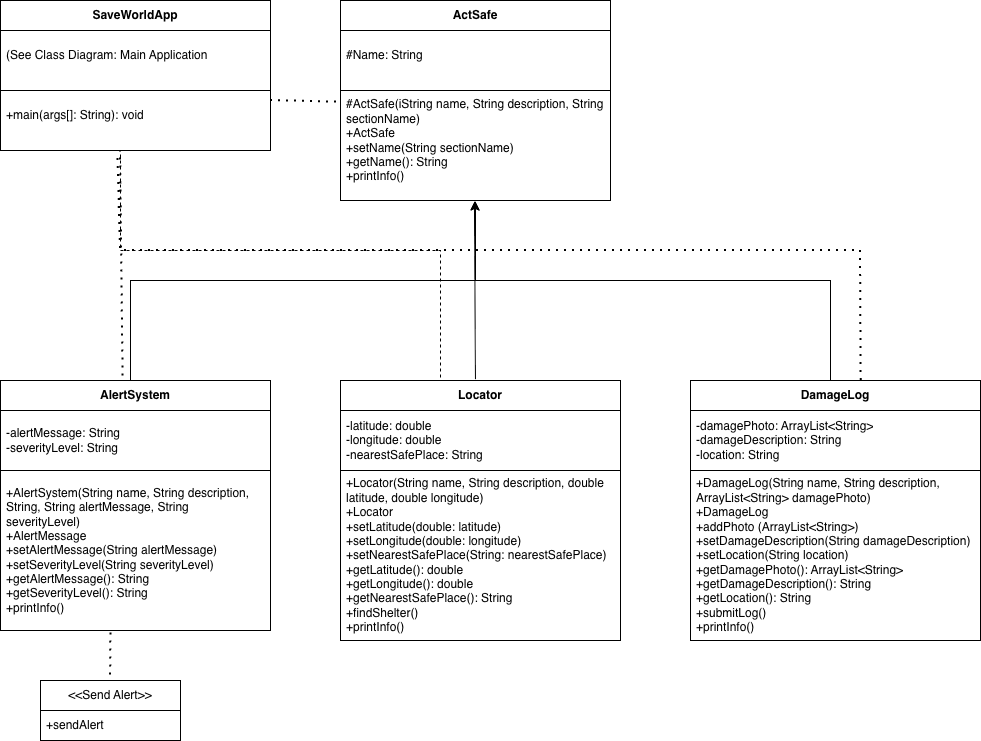
Above: ActSafe.png in Namuun612/OOP2025 (draw.io), before the change. Source tidied: cells renumbered, new cells last; positions are measured from the earlier drawing's top-left corner, leaving out a move shared by most shapes.
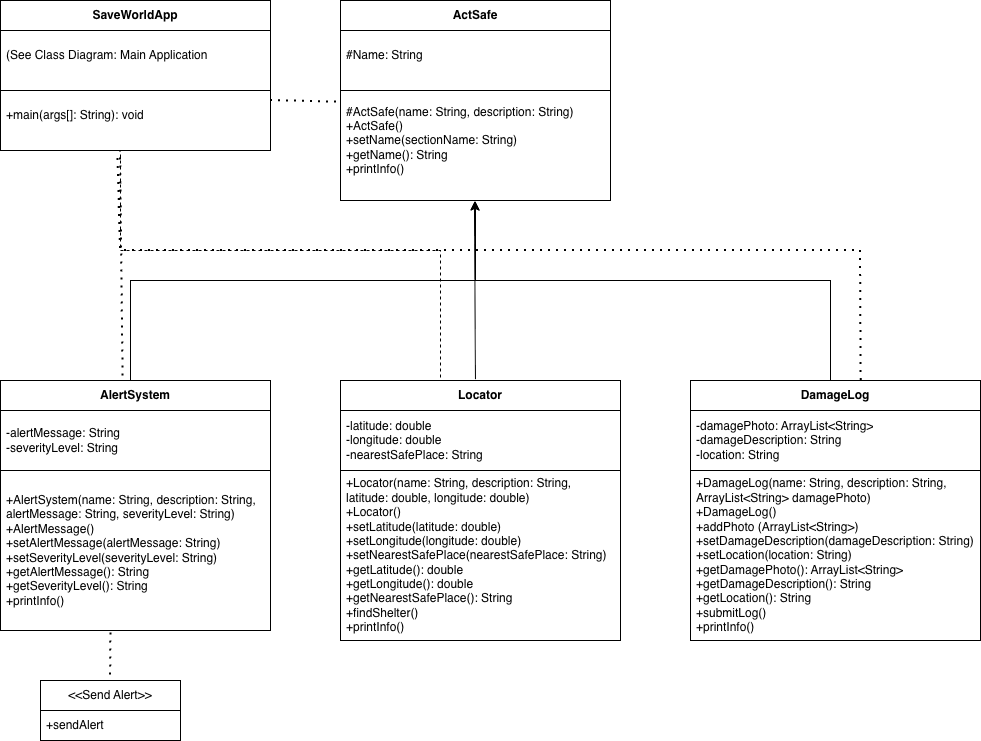
After the commit.

What changed in the source:
```diff
@@ -8,7 +8,7 @@
     <mxCell id="3" value="#Name: String" style="text;strokeColor=none;fillColor=none;align=left;verticalAlign=middle;spacingLeft=4;spacingRight=4;overflow=hidden;whiteSpace=wrap;html=1;" parent="2" vertex="1">
       <mxGeometry y="30" width="270" height="50" as="geometry" />
     </mxCell>
-    <mxCell id="4" value="&lt;div&gt;#ActSafe(iString name, String description, String sectionName)&lt;/div&gt;&lt;div&gt;+ActSafe&lt;/div&gt;+setName(String sectionName)&lt;div&gt;+getName(): String&lt;/div&gt;&lt;div&gt;+printInfo()&lt;/div&gt;" style="text;strokeColor=none;fillColor=none;align=left;verticalAlign=middle;spacingLeft=4;spacingRight=4;overflow=hidden;points=[[0,0.5],[1,0.5]];portConstraint=eastwest;whiteSpace=wrap;html=1;" parent="2" vertex="1">
+    <mxCell id="4" value="&lt;div&gt;#ActSafe(name:&amp;nbsp;&lt;span style=&quot;background-color: transparent; color: light-dark(rgb(0, 0, 0), rgb(255, 255, 255));&quot;&gt;String&lt;/span&gt;&lt;span style=&quot;background-color: transparent; color: light-dark(rgb(0, 0, 0), rgb(255, 255, 255));&quot;&gt;, description:&amp;nbsp;&lt;/span&gt;&lt;span style=&quot;background-color: transparent; color: light-dark(rgb(0, 0, 0), rgb(255, 255, 255));&quot;&gt;String&lt;/span&gt;&lt;span style=&quot;background-color: transparent; color: light-dark(rgb(0, 0, 0), rgb(255, 255, 255));&quot;&gt;)&lt;/span&gt;&lt;/div&gt;&lt;div&gt;+ActSafe()&lt;/div&gt;+setName(sectionName: String)&lt;div&gt;+getName(): String&lt;/div&gt;&lt;div&gt;+printInfo()&lt;/div&gt;" style="text;strokeColor=none;fillColor=none;align=left;verticalAlign=middle;spacingLeft=4;spacingRight=4;overflow=hidden;points=[[0,0.5],[1,0.5]];portConstraint=eastwest;whiteSpace=wrap;html=1;" parent="2" vertex="1">
       <mxGeometry y="80" width="270" height="120" as="geometry" />
     </mxCell>
     <mxCell id="5" value="&lt;b&gt;ActSafe&lt;/b&gt;" style="swimlane;fontStyle=0;horizontal=1;startSize=30;whiteSpace=wrap;html=1;" parent="1" vertex="1">
@@ -20,7 +20,7 @@
     <mxCell id="7" value="-alertMessage: String&lt;div&gt;-severityLevel: String&lt;/div&gt;" style="text;strokeColor=none;fillColor=none;align=left;verticalAlign=middle;spacingLeft=4;spacingRight=4;overflow=hidden;whiteSpace=wrap;html=1;" parent="6" vertex="1">
       <mxGeometry y="30" width="270" height="60" as="geometry" />
     </mxCell>
-    <mxCell id="8" value="&lt;div&gt;+AlertSystem(String name, String description, String, String alertMessage, String severityLevel)&lt;/div&gt;&lt;div&gt;+AlertMessage&lt;/div&gt;+setAlertMessage(String alertMessage)&lt;div&gt;+setSeverityLevel(String severityLevel)&lt;/div&gt;&lt;div&gt;+getAlertMessage(): String&lt;/div&gt;&lt;div&gt;+getSeverityLevel(): String&lt;/div&gt;&lt;div&gt;+printInfo()&lt;/div&gt;" style="text;strokeColor=none;fillColor=none;align=left;verticalAlign=middle;spacingLeft=4;spacingRight=4;overflow=hidden;points=[[0,0.5],[1,0.5]];portConstraint=eastwest;whiteSpace=wrap;html=1;" parent="6" vertex="1">
+    <mxCell id="8" value="&lt;div&gt;+AlertSystem(name:&lt;span style=&quot;background-color: transparent; color: light-dark(rgb(0, 0, 0), rgb(255, 255, 255));&quot;&gt;&amp;nbsp;String&lt;/span&gt;&lt;span style=&quot;background-color: transparent; color: light-dark(rgb(0, 0, 0), rgb(255, 255, 255));&quot;&gt;, description:&amp;nbsp;&lt;/span&gt;&lt;span style=&quot;background-color: transparent; color: light-dark(rgb(0, 0, 0), rgb(255, 255, 255));&quot;&gt;String&lt;/span&gt;&lt;span style=&quot;background-color: transparent; color: light-dark(rgb(0, 0, 0), rgb(255, 255, 255));&quot;&gt;, alertMessage:&amp;nbsp;&lt;/span&gt;&lt;span style=&quot;background-color: transparent; color: light-dark(rgb(0, 0, 0), rgb(255, 255, 255));&quot;&gt;String&lt;/span&gt;&lt;span style=&quot;background-color: transparent; color: light-dark(rgb(0, 0, 0), rgb(255, 255, 255));&quot;&gt;, severityLevel:&amp;nbsp;&lt;/span&gt;&lt;span style=&quot;background-color: transparent; color: light-dark(rgb(0, 0, 0), rgb(255, 255, 255));&quot;&gt;String&lt;/span&gt;&lt;span style=&quot;background-color: transparent; color: light-dark(rgb(0, 0, 0), rgb(255, 255, 255));&quot;&gt;)&lt;/span&gt;&lt;/div&gt;&lt;div&gt;+AlertMessage()&lt;/div&gt;+setAlertMessage(alertMessage: String)&lt;div&gt;+setSeverityLevel(severityLevel:&amp;nbsp;&lt;span style=&quot;background-color: transparent; color: light-dark(rgb(0, 0, 0), rgb(255, 255, 255));&quot;&gt;String&lt;/span&gt;&lt;span style=&quot;background-color: transparent; color: light-dark(rgb(0, 0, 0), rgb(255, 255, 255));&quot;&gt;)&lt;/span&gt;&lt;/div&gt;&lt;div&gt;+getAlertMessage(): String&lt;/div&gt;&lt;div&gt;+getSeverityLevel(): String&lt;/div&gt;&lt;div&gt;+printInfo()&lt;/div&gt;" style="text;strokeColor=none;fillColor=none;align=left;verticalAlign=middle;spacingLeft=4;spacingRight=4;overflow=hidden;points=[[0,0.5],[1,0.5]];portConstraint=eastwest;whiteSpace=wrap;html=1;" parent="6" vertex="1">
       <mxGeometry y="90" width="270" height="160" as="geometry" />
     </mxCell>
     <mxCell id="9" value="&lt;b&gt;AlertSystem&lt;/b&gt;" style="swimlane;fontStyle=0;horizontal=1;startSize=30;whiteSpace=wrap;html=1;" parent="1" vertex="1">
@@ -32,7 +32,7 @@
     <mxCell id="11" value="-latitude: double&lt;div&gt;-longitude: double&lt;br&gt;&lt;div&gt;-nearestSafePlace: String&lt;/div&gt;&lt;/div&gt;" style="text;strokeColor=none;fillColor=none;align=left;verticalAlign=middle;spacingLeft=4;spacingRight=4;overflow=hidden;whiteSpace=wrap;html=1;" parent="10" vertex="1">
       <mxGeometry y="30" width="280" height="60" as="geometry" />
     </mxCell>
-    <mxCell id="12" value="&lt;div&gt;+Locator(String name, String description, double latitude, double longitude)&lt;/div&gt;&lt;div&gt;+Locator&lt;/div&gt;+setLatitude(double: latitude)&lt;div&gt;+setLongitude(double: longitude)&lt;/div&gt;&lt;div&gt;+setNearestSafePlace(String: nearestSafePlace)&lt;/div&gt;&lt;div&gt;+getLatitude(): double&lt;/div&gt;&lt;div&gt;+getLongitude(): double&lt;/div&gt;&lt;div&gt;+getNearestSafePlace(): String&lt;/div&gt;&lt;div&gt;+findShelter()&lt;/div&gt;&lt;div&gt;+printInfo()&lt;/div&gt;" style="text;strokeColor=none;fillColor=none;align=left;verticalAlign=middle;spacingLeft=4;spacingRight=4;overflow=hidden;whiteSpace=wrap;html=1;" parent="10" vertex="1">
+    <mxCell id="12" value="&lt;div&gt;+Locator(name:&amp;nbsp;&lt;span style=&quot;background-color: transparent; color: light-dark(rgb(0, 0, 0), rgb(255, 255, 255));&quot;&gt;String&lt;/span&gt;&lt;span style=&quot;background-color: transparent; color: light-dark(rgb(0, 0, 0), rgb(255, 255, 255));&quot;&gt;, description:&amp;nbsp;&lt;/span&gt;&lt;span style=&quot;background-color: transparent; color: light-dark(rgb(0, 0, 0), rgb(255, 255, 255));&quot;&gt;String&lt;/span&gt;&lt;span style=&quot;background-color: transparent; color: light-dark(rgb(0, 0, 0), rgb(255, 255, 255));&quot;&gt;, latitude:&amp;nbsp;&lt;/span&gt;&lt;span style=&quot;background-color: transparent; color: light-dark(rgb(0, 0, 0), rgb(255, 255, 255));&quot;&gt;double&lt;/span&gt;&lt;span style=&quot;background-color: transparent; color: light-dark(rgb(0, 0, 0), rgb(255, 255, 255));&quot;&gt;, longitude:&amp;nbsp;&lt;/span&gt;&lt;span style=&quot;background-color: transparent; color: light-dark(rgb(0, 0, 0), rgb(255, 255, 255));&quot;&gt;double&lt;/span&gt;&lt;span style=&quot;background-color: transparent; color: light-dark(rgb(0, 0, 0), rgb(255, 255, 255));&quot;&gt;)&lt;/span&gt;&lt;/div&gt;&lt;div&gt;+Locator()&lt;/div&gt;+setLatitude(latitude: double)&lt;div&gt;+setLongitude(longitude:&amp;nbsp;&lt;span style=&quot;background-color: transparent; color: light-dark(rgb(0, 0, 0), rgb(255, 255, 255));&quot;&gt;double&lt;/span&gt;&lt;span style=&quot;background-color: transparent; color: light-dark(rgb(0, 0, 0), rgb(255, 255, 255));&quot;&gt;)&lt;/span&gt;&lt;/div&gt;&lt;div&gt;+setNearestSafePlace(nearestSafePlace:&amp;nbsp;&lt;span style=&quot;background-color: transparent; color: light-dark(rgb(0, 0, 0), rgb(255, 255, 255));&quot;&gt;String&lt;/span&gt;&lt;span style=&quot;background-color: transparent; color: light-dark(rgb(0, 0, 0), rgb(255, 255, 255));&quot;&gt;)&lt;/span&gt;&lt;/div&gt;&lt;div&gt;+getLatitude(): double&lt;/div&gt;&lt;div&gt;+getLongitude(): double&lt;/div&gt;&lt;div&gt;+getNearestSafePlace(): String&lt;/div&gt;&lt;div&gt;+findShelter()&lt;/div&gt;&lt;div&gt;+printInfo()&lt;/div&gt;" style="text;strokeColor=none;fillColor=none;align=left;verticalAlign=middle;spacingLeft=4;spacingRight=4;overflow=hidden;whiteSpace=wrap;html=1;" parent="10" vertex="1">
       <mxGeometry y="90" width="280" height="170" as="geometry" />
     </mxCell>
     <mxCell id="13" value="&lt;b&gt;Locator&lt;/b&gt;" style="swimlane;fontStyle=0;horizontal=1;startSize=30;whiteSpace=wrap;html=1;" parent="1" vertex="1">
@@ -44,7 +44,7 @@
     <mxCell id="15" value="-damagePhoto: ArrayList&amp;lt;String&amp;gt;&lt;div&gt;-damageDescription: String&lt;/div&gt;&lt;div&gt;-location: String&lt;/div&gt;" style="text;strokeColor=none;fillColor=none;align=left;verticalAlign=middle;spacingLeft=4;spacingRight=4;overflow=hidden;whiteSpace=wrap;html=1;" parent="14" vertex="1">
       <mxGeometry y="30" width="290" height="60" as="geometry" />
     </mxCell>
-    <mxCell id="16" value="&lt;div&gt;+DamageLog(String name, String description, ArrayList&amp;lt;String&amp;gt; damagePhoto)&lt;/div&gt;&lt;div&gt;+DamageLog&lt;/div&gt;+addPhoto (ArrayList&amp;lt;String&amp;gt;)&lt;div&gt;+setDamageDescription(String damageDescription)&lt;/div&gt;&lt;div&gt;+setLocation(String location)&lt;/div&gt;&lt;div&gt;+getDamagePhoto(): ArrayList&amp;lt;String&amp;gt;&lt;/div&gt;&lt;div&gt;+getDamageDescription(): String&lt;/div&gt;&lt;div&gt;+getLocation(): String&lt;/div&gt;&lt;div&gt;+submitLog()&lt;/div&gt;&lt;div&gt;+printInfo()&lt;/div&gt;" style="text;strokeColor=none;fillColor=none;align=left;verticalAlign=middle;spacingLeft=4;spacingRight=4;overflow=hidden;whiteSpace=wrap;html=1;" parent="14" vertex="1">
+    <mxCell id="16" value="&lt;div&gt;+DamageLog(name:&amp;nbsp;&lt;span style=&quot;background-color: transparent; color: light-dark(rgb(0, 0, 0), rgb(255, 255, 255));&quot;&gt;String&lt;/span&gt;&lt;span style=&quot;background-color: transparent; color: light-dark(rgb(0, 0, 0), rgb(255, 255, 255));&quot;&gt;, description:&amp;nbsp;&lt;/span&gt;&lt;span style=&quot;background-color: transparent; color: light-dark(rgb(0, 0, 0), rgb(255, 255, 255));&quot;&gt;String&lt;/span&gt;&lt;span style=&quot;background-color: transparent; color: light-dark(rgb(0, 0, 0), rgb(255, 255, 255));&quot;&gt;, ArrayList&amp;lt;String&amp;gt; damagePhoto)&lt;/span&gt;&lt;/div&gt;&lt;div&gt;+DamageLog()&lt;/div&gt;+addPhoto (ArrayList&amp;lt;String&amp;gt;)&lt;div&gt;+setDamageDescription(damageDescription:&amp;nbsp;&lt;span style=&quot;background-color: transparent; color: light-dark(rgb(0, 0, 0), rgb(255, 255, 255));&quot;&gt;String&lt;/span&gt;&lt;span style=&quot;background-color: transparent; color: light-dark(rgb(0, 0, 0), rgb(255, 255, 255));&quot;&gt;)&lt;/span&gt;&lt;/div&gt;&lt;div&gt;+setLocation(location:&amp;nbsp;&lt;span style=&quot;background-color: transparent; color: light-dark(rgb(0, 0, 0), rgb(255, 255, 255));&quot;&gt;String&lt;/span&gt;&lt;span style=&quot;background-color: transparent; color: light-dark(rgb(0, 0, 0), rgb(255, 255, 255));&quot;&gt;)&lt;/span&gt;&lt;/div&gt;&lt;div&gt;+getDamagePhoto(): ArrayList&amp;lt;String&amp;gt;&lt;/div&gt;&lt;div&gt;+getDamageDescription(): String&lt;/div&gt;&lt;div&gt;+getLocation(): String&lt;/div&gt;&lt;div&gt;+submitLog()&lt;/div&gt;&lt;div&gt;+printInfo()&lt;/div&gt;" style="text;strokeColor=none;fillColor=none;align=left;verticalAlign=middle;spacingLeft=4;spacingRight=4;overflow=hidden;whiteSpace=wrap;html=1;" parent="14" vertex="1">
       <mxGeometry y="90" width="290" height="170" as="geometry" />
     </mxCell>
     <mxCell id="17" value="&lt;b&gt;DamageLog&lt;/b&gt;" style="swimlane;fontStyle=0;horizontal=1;startSize=30;whiteSpace=wrap;html=1;" parent="1" vertex="1">
```
